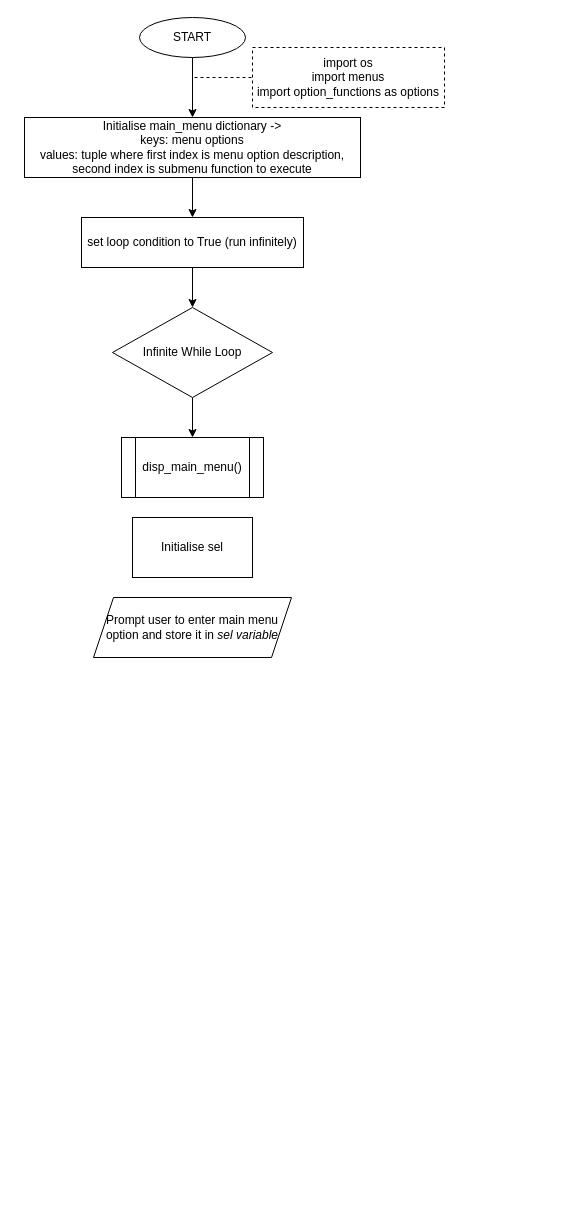
Earlier version of the draw.io diagram Flow Charts/main.drawio (SNGTech/CPPSProject). Source tidied: cells renumbered, new cells numbered last; positions are measured from the earlier drawing's top-left corner, leaving out a move shared by most shapes. Both pictures are drawn from the tidied source at 100%, with x=0, y=0 at pixel (24, 17).
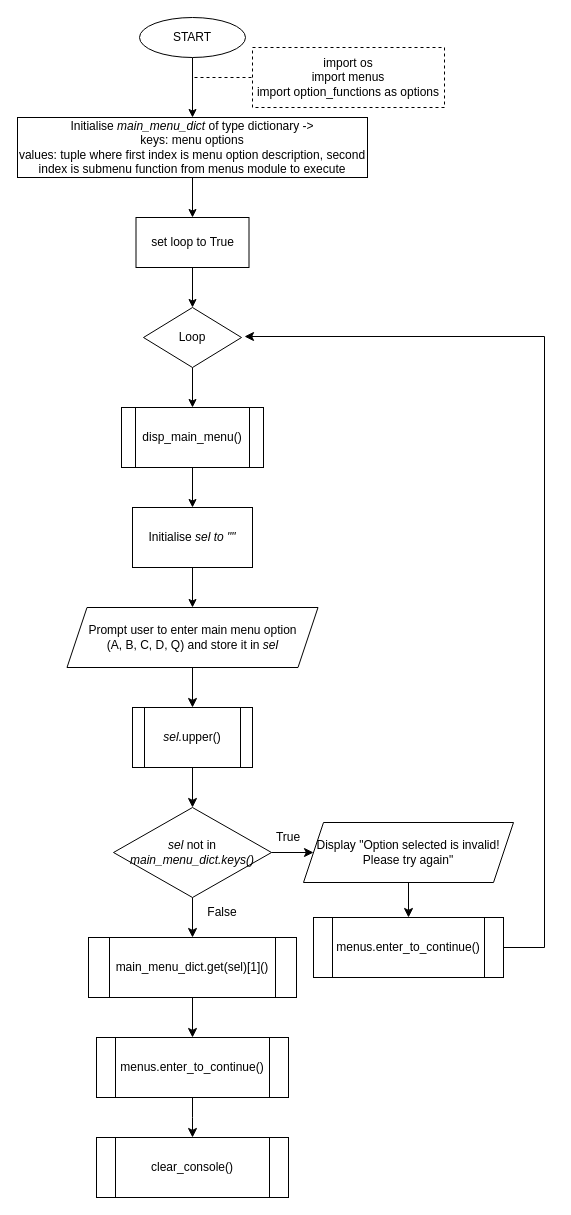
The same diagram, later.

Change to the diagram source:
```diff
@@
-    <mxCell id="5" value="Initialise main_menu dictionary -&amp;gt; &lt;br&gt;keys: menu options&lt;br&gt;values: tuple where first index is menu option description, second index is submenu function to execute" style="whiteSpace=wrap;html=1;" parent="1" vertex="1">
-      <mxGeometry y="100" width="336" height="60" as="geometry" />
+    <mxCell id="5" value="Initialise &lt;i&gt;main_menu_dict&lt;/i&gt;&amp;nbsp;of type dictionary -&amp;gt; &lt;br&gt;keys: menu options&lt;br&gt;values: tuple where first index is menu option description, second index is submenu function from menus module to execute" style="whiteSpace=wrap;html=1;" parent="1" vertex="1">
+      <mxGeometry x="-7" y="100" width="350" height="60" as="geometry" />
     </mxCell>
@@
-    <mxCell id="7" value="set loop condition to True (run infinitely)" style="rounded=0;whiteSpace=wrap;html=1;" parent="1" vertex="1">
-      <mxGeometry x="57" y="200" width="222" height="50" as="geometry" />
+    <mxCell id="7" value="set loop to True" style="rounded=0;whiteSpace=wrap;html=1;" parent="1" vertex="1">
+      <mxGeometry x="111.5" y="200" width="113" height="50" as="geometry" />
     </mxCell>
@@
-    <mxCell id="9" value="Infinite While Loop" style="rhombus;whiteSpace=wrap;html=1;" parent="1" vertex="1">
-      <mxGeometry x="88" y="290" width="160" height="90" as="geometry" />
+    <mxCell id="9" value="Loop" style="rhombus;whiteSpace=wrap;html=1;" parent="1" vertex="1">
+      <mxGeometry x="119" y="290" width="98" height="60" as="geometry" />
     </mxCell>
+    <mxCell id="15" style="edgeStyle=orthogonalEdgeStyle;rounded=0;jettySize=auto;html=1;strokeColor=default;fontSize=12;endArrow=classic;endFill=1;" parent="1" edge="1" source="10" target="12">
+      <mxGeometry relative="1" as="geometry" />
+    </mxCell>
     <mxCell id="10" value="disp_main_menu()" style="shape=process;whiteSpace=wrap;html=1;backgroundOutline=1;" parent="1" vertex="1">
-      <mxGeometry x="97" y="420" width="142" height="60" as="geometry" />
+      <mxGeometry x="97" y="390" width="142" height="60" as="geometry" />
     </mxCell>
+    <mxCell id="16" style="edgeStyle=orthogonalEdgeStyle;rounded=0;jettySize=auto;html=1;strokeColor=default;fontSize=12;endArrow=classic;endFill=1;endSize=7;" parent="1" edge="1" source="11" target="19">
+      <mxGeometry relative="1" as="geometry" />
+    </mxCell>
-    <mxCell id="11" value="Prompt user to enter main menu option and store it in &lt;i&gt;sel variable&lt;/i&gt;" style="shape=parallelogram;perimeter=parallelogramPerimeter;whiteSpace=wrap;html=1;fixedSize=1;" parent="1" vertex="1">
-      <mxGeometry x="69" y="580" width="198" height="60" as="geometry" />
+    <mxCell id="11" value="Prompt user to enter main menu option &lt;br&gt;(A, B, C, D, Q) and store it in &lt;i style=&quot;font-size: 12px;&quot;&gt;sel&lt;/i&gt;" style="shape=parallelogram;perimeter=parallelogramPerimeter;html=1;fixedSize=1;rounded=0;sketch=0;align=center;horizontal=1;whiteSpace=wrap;fontSize=12;" parent="1" vertex="1">
+      <mxGeometry x="42.5" y="590" width="251" height="60" as="geometry" />
     </mxCell>
+    <mxCell id="17" style="edgeStyle=orthogonalEdgeStyle;rounded=0;jettySize=auto;html=1;strokeColor=default;fontSize=12;endArrow=classic;endFill=1;endSize=6;" parent="1" edge="1" source="12" target="11">
+      <mxGeometry relative="1" as="geometry" />
+    </mxCell>
-    <mxCell id="12" value="Initialise sel" style="rounded=0;whiteSpace=wrap;html=1;" parent="1" vertex="1">
-      <mxGeometry x="108" y="500" width="120" height="60" as="geometry" />
+    <mxCell id="12" value="Initialise &lt;i&gt;sel to &quot;&quot;&lt;/i&gt;" style="rounded=0;whiteSpace=wrap;html=1;" parent="1" vertex="1">
+      <mxGeometry x="108" y="490" width="120" height="60" as="geometry" />
     </mxCell>
@@
+    <mxCell id="18" style="edgeStyle=orthogonalEdgeStyle;rounded=0;jettySize=auto;html=1;strokeColor=default;fontSize=12;endArrow=classic;endFill=1;endSize=7;" parent="1" edge="1" source="19" target="22">
+      <mxGeometry relative="1" as="geometry" />
+    </mxCell>
+    <mxCell id="19" value="&lt;i&gt;sel.&lt;/i&gt;upper()" style="shape=process;whiteSpace=wrap;html=1;backgroundOutline=1;rounded=0;glass=0;sketch=0;fontSize=12;" parent="1" vertex="1">
+      <mxGeometry x="108" y="690" width="120" height="60" as="geometry" />
+    </mxCell>
+    <mxCell id="20" style="edgeStyle=orthogonalEdgeStyle;rounded=0;jettySize=auto;html=1;strokeColor=default;fontSize=12;endArrow=classic;endFill=1;endSize=7;" parent="1" edge="1" source="22" target="24">
+      <mxGeometry relative="1" as="geometry" />
+    </mxCell>
+    <mxCell id="21" style="edgeStyle=orthogonalEdgeStyle;rounded=0;jettySize=auto;html=1;strokeColor=default;fontSize=12;endArrow=classic;endFill=1;endSize=7;" parent="1" edge="1" source="22" target="29">
+      <mxGeometry relative="1" as="geometry" />
+    </mxCell>
+    <mxCell id="22" value="&lt;i&gt;sel&lt;/i&gt;&amp;nbsp;not in &lt;i&gt;main_menu_dict.keys()&lt;/i&gt;" style="rhombus;whiteSpace=wrap;html=1;rounded=0;glass=0;sketch=0;fontSize=12;" parent="1" vertex="1">
+      <mxGeometry x="89" y="790" width="158" height="90" as="geometry" />
+    </mxCell>
+    <mxCell id="23" style="edgeStyle=orthogonalEdgeStyle;rounded=0;jettySize=auto;html=1;strokeColor=default;fontSize=12;endArrow=classic;endFill=1;endSize=7;" parent="1" edge="1" source="24" target="26">
+      <mxGeometry relative="1" as="geometry" />
+    </mxCell>
+    <mxCell id="24" value="Display &quot;Option selected is invalid! Please try again&quot;" style="shape=parallelogram;perimeter=parallelogramPerimeter;whiteSpace=wrap;html=1;fixedSize=1;rounded=0;glass=0;sketch=0;fontSize=12;" parent="1" vertex="1">
+      <mxGeometry x="279" y="805" width="210" height="60" as="geometry" />
+    </mxCell>
+    <mxCell id="25" style="edgeStyle=orthogonalEdgeStyle;rounded=0;jettySize=auto;html=1;strokeColor=default;fontSize=12;endArrow=classic;endFill=1;endSize=7;" parent="1" edge="1" source="26">
+      <mxGeometry relative="1" as="geometry">
+        <mxPoint x="220" y="319" as="targetPoint" />
+        <Array as="points">
+          <mxPoint x="520" y="930" />
+          <mxPoint x="520" y="319" />
+        </Array>
+      </mxGeometry>
+    </mxCell>
+    <mxCell id="26" value="menus.enter_to_continue()" style="shape=process;whiteSpace=wrap;html=1;backgroundOutline=1;rounded=0;glass=0;sketch=0;fontSize=12;" parent="1" vertex="1">
+      <mxGeometry x="289" y="900" width="190" height="60" as="geometry" />
+    </mxCell>
+    <mxCell id="27" value="True" style="text;html=1;strokeColor=none;fillColor=none;align=center;verticalAlign=middle;whiteSpace=wrap;rounded=0;glass=0;sketch=0;fontSize=12;" parent="1" vertex="1">
+      <mxGeometry x="233.5" y="805" width="60" height="30" as="geometry" />
+    </mxCell>
+    <mxCell id="28" style="edgeStyle=orthogonalEdgeStyle;rounded=0;jettySize=auto;html=1;strokeColor=default;fontSize=12;endArrow=classic;endFill=1;endSize=7;" parent="1" edge="1" source="29" target="32">
+      <mxGeometry relative="1" as="geometry" />
+    </mxCell>
+    <mxCell id="29" value="main_menu_dict.get(sel)[1]()" style="shape=process;whiteSpace=wrap;html=1;backgroundOutline=1;rounded=0;glass=0;sketch=0;" parent="1" vertex="1">
+      <mxGeometry x="64" y="920" width="208" height="60" as="geometry" />
+    </mxCell>
+    <mxCell id="30" value="False" style="text;html=1;strokeColor=none;fillColor=none;align=center;verticalAlign=middle;whiteSpace=wrap;rounded=0;glass=0;sketch=0;fontSize=12;" parent="1" vertex="1">
+      <mxGeometry x="168" y="880" width="60" height="30" as="geometry" />
+    </mxCell>
+    <mxCell id="31" style="edgeStyle=orthogonalEdgeStyle;rounded=0;jettySize=auto;html=1;strokeColor=default;fontSize=12;endArrow=classic;endFill=1;endSize=7;" parent="1" edge="1" source="32">
+      <mxGeometry relative="1" as="geometry">
+        <mxPoint x="168" y="1120" as="targetPoint" />
+      </mxGeometry>
+    </mxCell>
+    <mxCell id="32" value="menus.enter_to_continue()" style="shape=process;whiteSpace=wrap;html=1;backgroundOutline=1;rounded=0;glass=0;sketch=0;fontSize=12;" parent="1" vertex="1">
+      <mxGeometry x="72" y="1020" width="192" height="60" as="geometry" />
+    </mxCell>
+    <mxCell id="33" value="clear_console()" style="shape=process;whiteSpace=wrap;html=1;backgroundOutline=1;rounded=0;glass=0;sketch=0;fontSize=12;" parent="1" vertex="1">
+      <mxGeometry x="72" y="1120" width="192" height="60" as="geometry" />
+    </mxCell>
```
